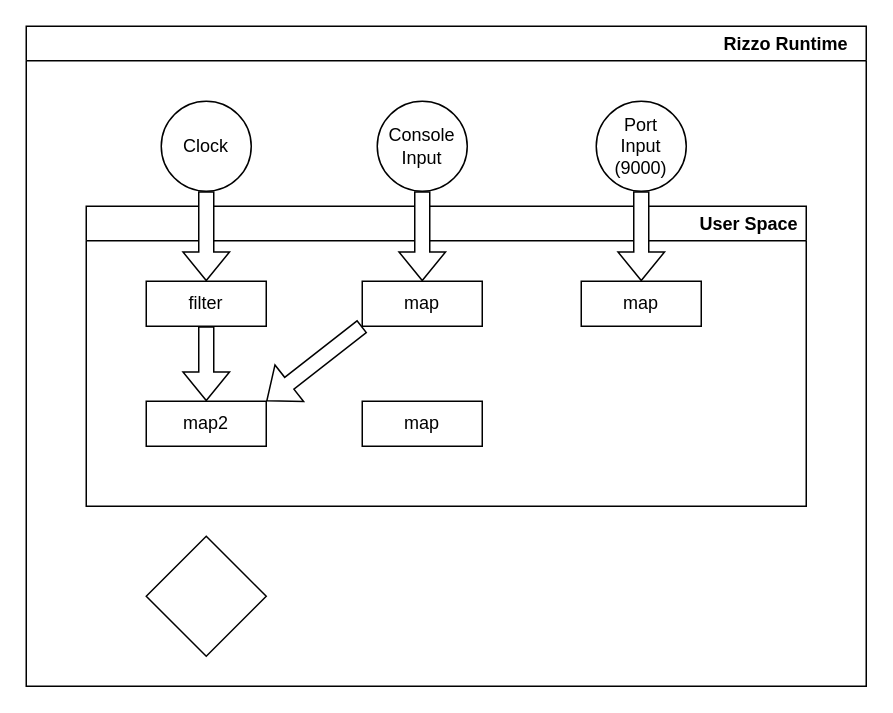
Earlier version of the draw.io diagram pdf/appendix/RizzoFlow.drawio (itu-msc/Research-Project). Source tidied: cells renumbered, new cells numbered last; positions are measured from the earlier drawing's top-left corner, leaving out a move shared by most shapes. Both pictures are drawn from the tidied source at 150%, with x=0, y=0 at pixel (26, 26).
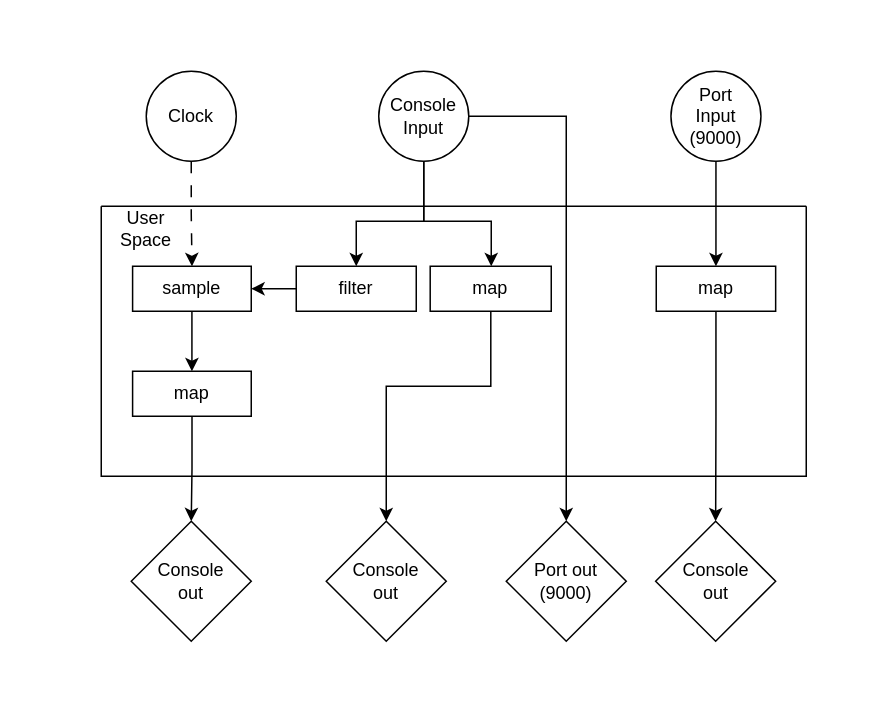
The same page after the edit.

Commit message (it also covers changes not shown here):
add program rizzo diagram

Change to the diagram source:
```diff
@@
-    <mxCell id="2" value="&lt;div style=&quot;&quot;&gt;&lt;span style=&quot;background-color: transparent; color: light-dark(rgb(0, 0, 0), rgb(255, 255, 255));&quot;&gt;Rizzo&amp;nbsp;&lt;/span&gt;&lt;span style=&quot;background-color: transparent; color: light-dark(rgb(0, 0, 0), rgb(255, 255, 255));&quot;&gt;Runtime&amp;nbsp; &amp;nbsp;&lt;/span&gt;&lt;/div&gt;" style="swimlane;whiteSpace=wrap;html=1;align=right;" parent="1" vertex="1">
-      <mxGeometry width="560" height="440" as="geometry" />
-    </mxCell>
-    <mxCell id="3" value="&lt;div style=&quot;&quot;&gt;User Space&amp;nbsp;&lt;/div&gt;" style="swimlane;whiteSpace=wrap;html=1;align=right;" parent="2" vertex="1">
-      <mxGeometry x="40" y="120" width="480" height="200" as="geometry" />
-    </mxCell>
-    <mxCell id="4" value="filter" style="shape=label;whiteSpace=wrap;html=1;backgroundOutline=1;rounded=0;" parent="3" vertex="1">
-      <mxGeometry x="40" y="50" width="80" height="30" as="geometry" />
-    </mxCell>
-    <mxCell id="5" value="map" style="shape=label;whiteSpace=wrap;html=1;backgroundOutline=1;rounded=0;" parent="3" vertex="1">
-      <mxGeometry x="330" y="50" width="80" height="30" as="geometry" />
-    </mxCell>
+    <mxCell id="14" style="edgeStyle=orthogonalEdgeStyle;rounded=0;jettySize=auto;html=1;exitX=0.5;exitY=1;exitDx=0;exitDy=0;dashed=1;dashPattern=8 8;" parent="1" edge="1" source="11" target="4">
+      <mxGeometry relative="1" as="geometry" />
+    </mxCell>
+    <mxCell id="11" value="Clock" style="shape=ellipse;whiteSpace=wrap;html=1;boundedLbl=1;backgroundOutline=1;size=15;perimeter=ellipsePerimeter;" parent="1" vertex="1">
+      <mxGeometry x="80" y="30" width="60" height="60" as="geometry" />
+    </mxCell>
+    <mxCell id="16" style="edgeStyle=orthogonalEdgeStyle;rounded=0;jettySize=auto;html=1;" parent="1" edge="1" source="12" target="5">
+      <mxGeometry relative="1" as="geometry" />
+    </mxCell>
+    <mxCell id="12" value="Port&lt;div&gt;Input&lt;/div&gt;&lt;div&gt;(9000&lt;span style=&quot;background-color: transparent; color: light-dark(rgb(0, 0, 0), rgb(255, 255, 255));&quot;&gt;)&lt;/span&gt;&lt;/div&gt;" style="shape=ellipse;whiteSpace=wrap;html=1;boundedLbl=1;backgroundOutline=1;size=15;perimeter=ellipsePerimeter;" parent="1" vertex="1">
+      <mxGeometry x="429.8" y="30" width="60" height="60" as="geometry" />
+    </mxCell>
+    <mxCell id="18" style="edgeStyle=orthogonalEdgeStyle;rounded=0;jettySize=auto;html=1;" parent="1" edge="1" source="13" target="7">
+      <mxGeometry relative="1" as="geometry">
+        <Array as="points">
+          <mxPoint x="265" y="130" />
+          <mxPoint x="310" y="130" />
+        </Array>
+      </mxGeometry>
+    </mxCell>
+    <mxCell id="15" style="edgeStyle=orthogonalEdgeStyle;rounded=0;jettySize=auto;html=1;exitX=0.5;exitY=1;exitDx=0;exitDy=0;entryX=0.5;entryY=0;entryDx=0;entryDy=0;" parent="1" edge="1" source="13" target="6">
+      <mxGeometry relative="1" as="geometry">
+        <Array as="points">
+          <mxPoint x="265" y="130" />
+          <mxPoint x="220" y="130" />
+        </Array>
+      </mxGeometry>
+    </mxCell>
+    <mxCell id="19" style="edgeStyle=orthogonalEdgeStyle;rounded=0;jettySize=auto;html=1;entryX=0.5;entryY=0;entryDx=0;entryDy=0;" parent="1" edge="1" source="13" target="27">
+      <mxGeometry relative="1" as="geometry" />
+    </mxCell>
+    <mxCell id="13" value="Console&lt;div&gt;Input&lt;/div&gt;" style="shape=ellipse;whiteSpace=wrap;html=1;boundedLbl=1;backgroundOutline=1;size=15;perimeter=ellipsePerimeter;" parent="1" vertex="1">
+      <mxGeometry x="235" y="30" width="60" height="60" as="geometry" />
+    </mxCell>
+    <mxCell id="17" value="Console&lt;div&gt;out&lt;/div&gt;" style="rhombus;whiteSpace=wrap;html=1;" parent="1" vertex="1">
+      <mxGeometry x="70" y="330" width="80" height="80" as="geometry" />
+    </mxCell>
+    <mxCell id="20" style="group;" parent="1" vertex="1">
+      <mxGeometry x="50" y="120" width="470" height="180" as="geometry" />
+    </mxCell>
+    <mxCell id="21" style="swimlane;startSize=0;" parent="20" vertex="1">
+      <mxGeometry width="470" height="180" as="geometry" />
+    </mxCell>
-    <mxCell id="6" value="map" style="shape=label;whiteSpace=wrap;html=1;backgroundOutline=1;rounded=0;" parent="3" vertex="1">
-      <mxGeometry x="184" y="50" width="80" height="30" as="geometry" />
+    <mxCell id="6" value="filter" style="shape=label;whiteSpace=wrap;html=1;backgroundOutline=1;rounded=0;" parent="21" vertex="1">
+      <mxGeometry x="130" y="40" width="80" height="30" as="geometry" />
     </mxCell>
-    <mxCell id="7" value="map" style="shape=label;whiteSpace=wrap;html=1;backgroundOutline=1;rounded=0;" parent="3" vertex="1">
-      <mxGeometry x="184" y="130" width="80" height="30" as="geometry" />
+    <mxCell id="7" value="map" style="shape=label;whiteSpace=wrap;html=1;backgroundOutline=1;rounded=0;" parent="21" vertex="1">
+      <mxGeometry x="219.3" y="40" width="80.7" height="30" as="geometry" />
     </mxCell>
+    <mxCell id="5" value="map" style="shape=label;whiteSpace=wrap;html=1;backgroundOutline=1;rounded=0;" parent="21" vertex="1">
+      <mxGeometry x="370" y="40" width="79.6" height="30" as="geometry" />
+    </mxCell>
+    <mxCell id="4" value="sample" style="shape=label;whiteSpace=wrap;html=1;backgroundOutline=1;rounded=0;" parent="21" vertex="1">
+      <mxGeometry x="20.9" y="40" width="79.1" height="30" as="geometry" />
+    </mxCell>
+    <mxCell id="22" style="edgeStyle=orthogonalEdgeStyle;rounded=0;jettySize=auto;html=1;" parent="21" edge="1" source="6" target="4">
+      <mxGeometry relative="1" as="geometry" />
+    </mxCell>
-    <mxCell id="8" value="map2" style="shape=label;whiteSpace=wrap;html=1;backgroundOutline=1;rounded=0;" parent="3" vertex="1">
-      <mxGeometry x="40" y="130" width="80" height="30" as="geometry" />
+    <mxCell id="8" value="map" style="shape=label;whiteSpace=wrap;html=1;backgroundOutline=1;rounded=0;" parent="21" vertex="1">
+      <mxGeometry x="20.9" y="110" width="79.1" height="30" as="geometry" />
     </mxCell>
-    <mxCell id="9" style="shape=flexArrow;endArrow=classic;html=1;rounded=0;exitX=0.5;exitY=1;exitDx=0;exitDy=0;entryX=0.5;entryY=0;entryDx=0;entryDy=0;fillColor=default;" parent="3" edge="1" source="4" target="8">
+    <mxCell id="9" style="edgeStyle=orthogonalEdgeStyle;rounded=0;jettySize=auto;html=1;" parent="21" edge="1" source="4" target="8">
       <mxGeometry relative="1" as="geometry" />
     </mxCell>
-    <mxCell id="10" style="shape=flexArrow;endArrow=classic;html=1;rounded=0;exitX=0;exitY=1;exitDx=0;exitDy=0;entryX=1;entryY=0;entryDx=0;entryDy=0;fillColor=default;" parent="3" edge="1" source="6" target="8">
-      <mxGeometry relative="1" as="geometry" />
-    </mxCell>
-    <mxCell id="11" value="Clock" style="shape=ellipse;whiteSpace=wrap;html=1;boundedLbl=1;backgroundOutline=1;size=15;perimeter=ellipsePerimeter;" parent="2" vertex="1">
-      <mxGeometry x="90" y="50" width="60" height="60" as="geometry" />
-    </mxCell>
-    <mxCell id="12" value="Port&lt;div&gt;Input&lt;/div&gt;&lt;div&gt;(9000&lt;span style=&quot;background-color: transparent; color: light-dark(rgb(0, 0, 0), rgb(255, 255, 255));&quot;&gt;)&lt;/span&gt;&lt;/div&gt;" style="shape=ellipse;whiteSpace=wrap;html=1;boundedLbl=1;backgroundOutline=1;size=15;perimeter=ellipsePerimeter;" parent="2" vertex="1">
-      <mxGeometry x="380" y="50" width="60" height="60" as="geometry" />
-    </mxCell>
-    <mxCell id="13" value="Console&lt;div&gt;Input&lt;/div&gt;" style="shape=ellipse;whiteSpace=wrap;html=1;boundedLbl=1;backgroundOutline=1;size=15;perimeter=ellipsePerimeter;" parent="2" vertex="1">
-      <mxGeometry x="234" y="50" width="60" height="60" as="geometry" />
-    </mxCell>
-    <mxCell id="14" style="shape=flexArrow;endArrow=classic;html=1;rounded=0;exitX=0.5;exitY=1;exitDx=0;exitDy=0;exitPerimeter=0;entryX=0.5;entryY=0;entryDx=0;entryDy=0;fillColor=default;" parent="2" edge="1" source="11" target="4">
-      <mxGeometry relative="1" as="geometry" />
-    </mxCell>
-    <mxCell id="15" style="shape=flexArrow;endArrow=classic;html=1;rounded=0;exitX=0.5;exitY=1;exitDx=0;exitDy=0;exitPerimeter=0;entryX=0.5;entryY=0;entryDx=0;entryDy=0;fillColor=default;" parent="2" edge="1" source="13" target="6">
-      <mxGeometry relative="1" as="geometry" />
-    </mxCell>
-    <mxCell id="16" style="shape=flexArrow;endArrow=classic;html=1;rounded=0;exitX=0.5;exitY=1;exitDx=0;exitDy=0;exitPerimeter=0;fillColor=default;entryX=0.5;entryY=0;entryDx=0;entryDy=0;" parent="2" edge="1" source="12" target="5">
-      <mxGeometry relative="1" as="geometry" />
-    </mxCell>
-    <mxCell id="17" style="rhombus;whiteSpace=wrap;html=1;" parent="2" vertex="1">
-      <mxGeometry x="80" y="340" width="80" height="80" as="geometry" />
-    </mxCell>
+    <mxCell id="3" value="User Space" style="text;html=1;whiteSpace=wrap;strokeColor=none;fillColor=none;align=center;verticalAlign=middle;rounded=0;" parent="21" vertex="1">
+      <mxGeometry width="60" height="30" as="geometry" />
+    </mxCell>
+    <mxCell id="23" style="edgeStyle=orthogonalEdgeStyle;rounded=0;jettySize=auto;html=1;" parent="1" edge="1" source="8" target="17">
+      <mxGeometry relative="1" as="geometry" />
+    </mxCell>
+    <mxCell id="24" value="Console&lt;div&gt;out&lt;/div&gt;" style="rhombus;whiteSpace=wrap;html=1;" parent="1" vertex="1">
+      <mxGeometry x="200" y="330" width="80" height="80" as="geometry" />
+    </mxCell>
+    <mxCell id="25" value="Console&lt;div&gt;out&lt;/div&gt;" style="rhombus;whiteSpace=wrap;html=1;" parent="1" vertex="1">
+      <mxGeometry x="419.6" y="330" width="80" height="80" as="geometry" />
+    </mxCell>
+    <mxCell id="26" style="edgeStyle=orthogonalEdgeStyle;rounded=0;jettySize=auto;html=1;" parent="1" edge="1" source="5" target="25">
+      <mxGeometry relative="1" as="geometry" />
+    </mxCell>
+    <mxCell id="27" value="Port out&lt;br&gt;(9000&lt;span style=&quot;background-color: transparent; color: light-dark(rgb(0, 0, 0), rgb(255, 255, 255));&quot;&gt;)&lt;/span&gt;" style="rhombus;whiteSpace=wrap;html=1;" parent="1" vertex="1">
+      <mxGeometry x="320" y="330" width="80" height="80" as="geometry" />
+    </mxCell>
+    <mxCell id="28" style="edgeStyle=orthogonalEdgeStyle;rounded=0;jettySize=auto;html=1;entryX=0.5;entryY=0;entryDx=0;entryDy=0;" parent="1" edge="1" source="7" target="24">
+      <mxGeometry relative="1" as="geometry">
+        <Array as="points">
+          <mxPoint x="310" y="240" />
+          <mxPoint x="240" y="240" />
+        </Array>
+      </mxGeometry>
+    </mxCell>
```
